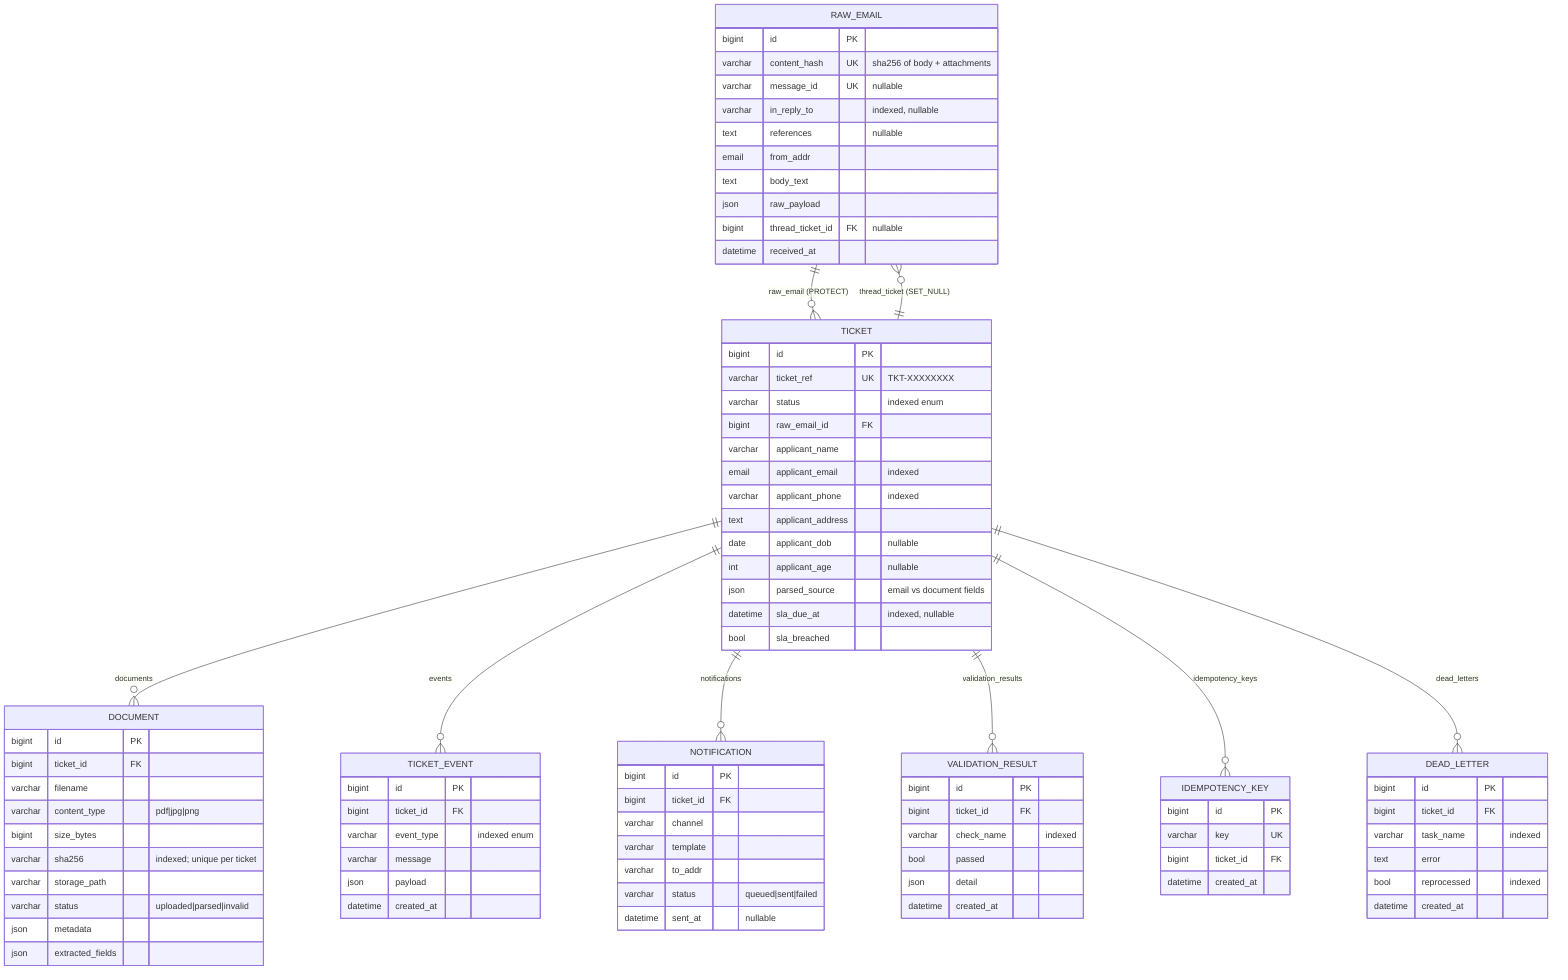
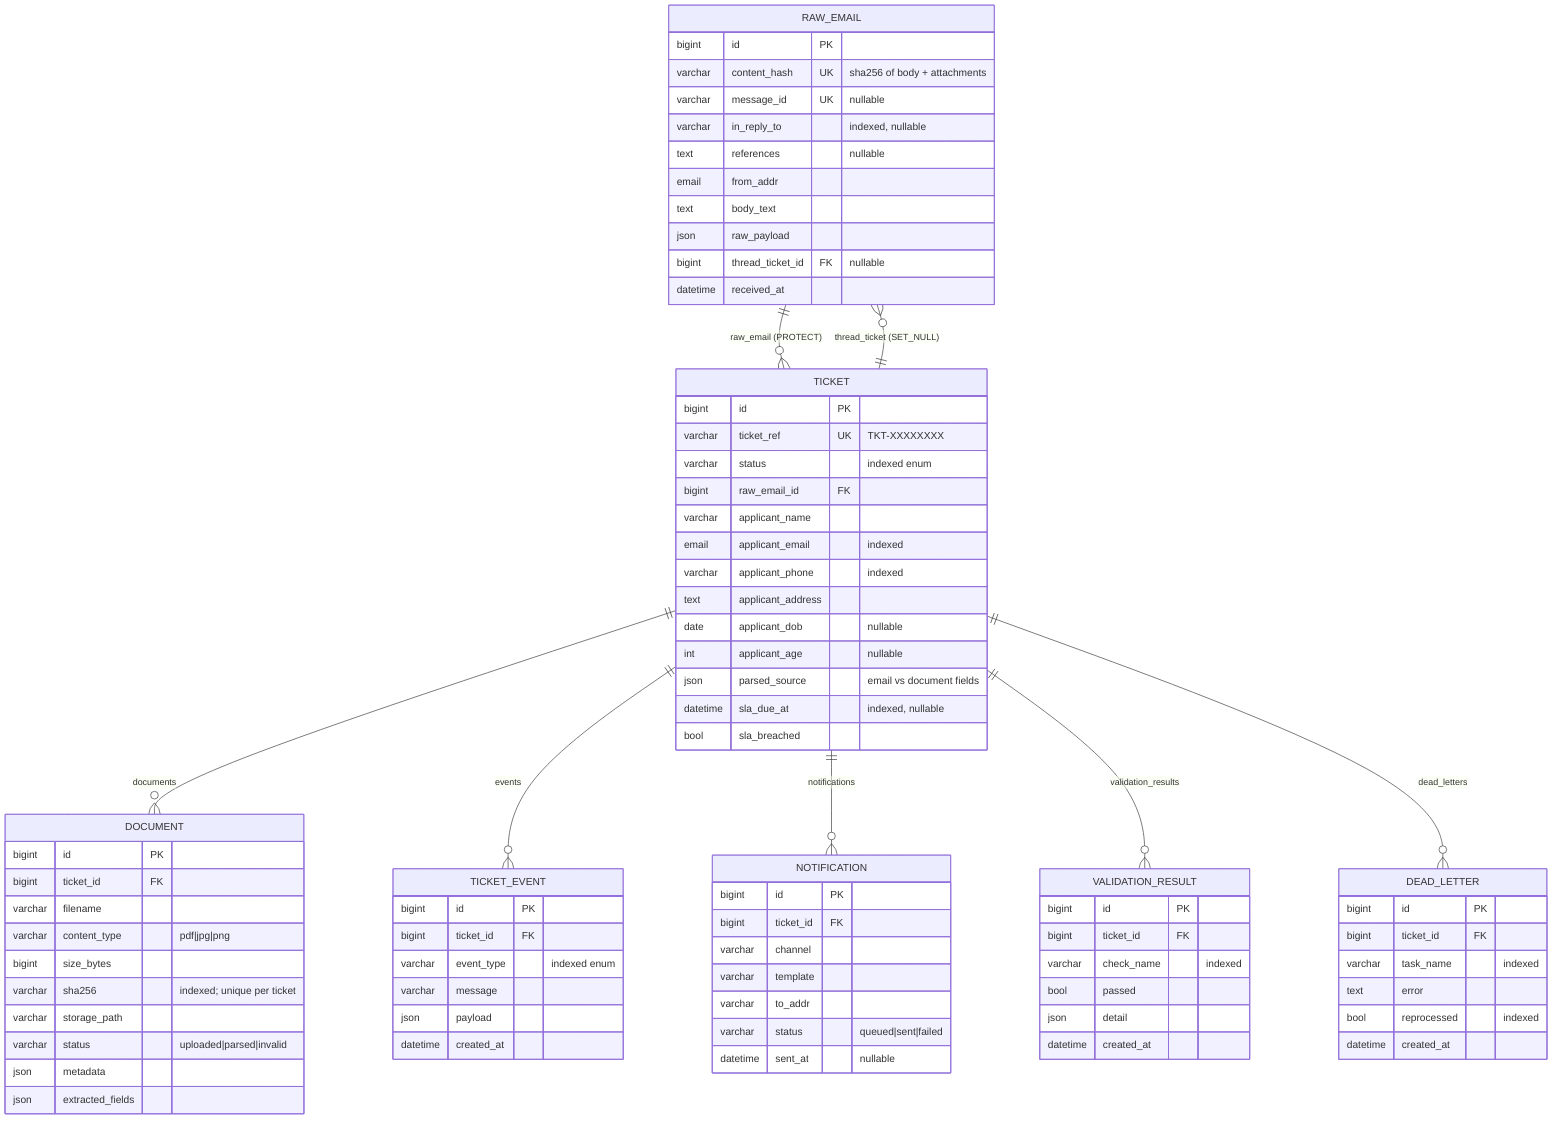
erDiagram
    RAW_EMAIL ||--o{ TICKET : "raw_email (PROTECT)"
    TICKET ||--o{ RAW_EMAIL : "thread_ticket (SET_NULL)"
    TICKET ||--o{ DOCUMENT : "documents"
    TICKET ||--o{ TICKET_EVENT : "events"
    TICKET ||--o{ NOTIFICATION : "notifications"
    TICKET ||--o{ VALIDATION_RESULT : "validation_results"
-     TICKET ||--o{ IDEMPOTENCY_KEY : "idempotency_keys"
    TICKET ||--o{ DEAD_LETTER : "dead_letters"

    RAW_EMAIL {
        bigint id PK
        varchar content_hash UK "sha256 of body + attachments"
        varchar message_id UK "nullable"
        varchar in_reply_to "indexed, nullable"
        text references "nullable"
        email from_addr
        text body_text
        json raw_payload
        bigint thread_ticket_id FK "nullable"
        datetime received_at
    }

    TICKET {
        bigint id PK
        varchar ticket_ref UK "TKT-XXXXXXXX"
        varchar status "indexed enum"
        bigint raw_email_id FK
        varchar applicant_name
        email applicant_email "indexed"
        varchar applicant_phone "indexed"
        text applicant_address
        date applicant_dob "nullable"
        int applicant_age "nullable"
        json parsed_source "email vs document fields"
        datetime sla_due_at "indexed, nullable"
        bool sla_breached
    }

    DOCUMENT {
        bigint id PK
        bigint ticket_id FK
        varchar filename
        varchar content_type "pdf|jpg|png"
        bigint size_bytes
        varchar sha256 "indexed; unique per ticket"
        varchar storage_path
        varchar status "uploaded|parsed|invalid"
        json metadata
        json extracted_fields
    }

    TICKET_EVENT {
        bigint id PK
        bigint ticket_id FK
        varchar event_type "indexed enum"
        varchar message
        json payload
        datetime created_at
    }

    NOTIFICATION {
        bigint id PK
        bigint ticket_id FK
        varchar channel
        varchar template
        varchar to_addr
        varchar status "queued|sent|failed"
        datetime sent_at "nullable"
    }

    VALIDATION_RESULT {
        bigint id PK
        bigint ticket_id FK
        varchar check_name "indexed"
        bool passed
        json detail
        datetime created_at
    }

-     IDEMPOTENCY_KEY {
-         bigint id PK
-         varchar key UK
-         bigint ticket_id FK
-         datetime created_at
-     }
- 
    DEAD_LETTER {
        bigint id PK
        bigint ticket_id FK
        varchar task_name "indexed"
        text error
        bool reprocessed "indexed"
        datetime created_at
    }
